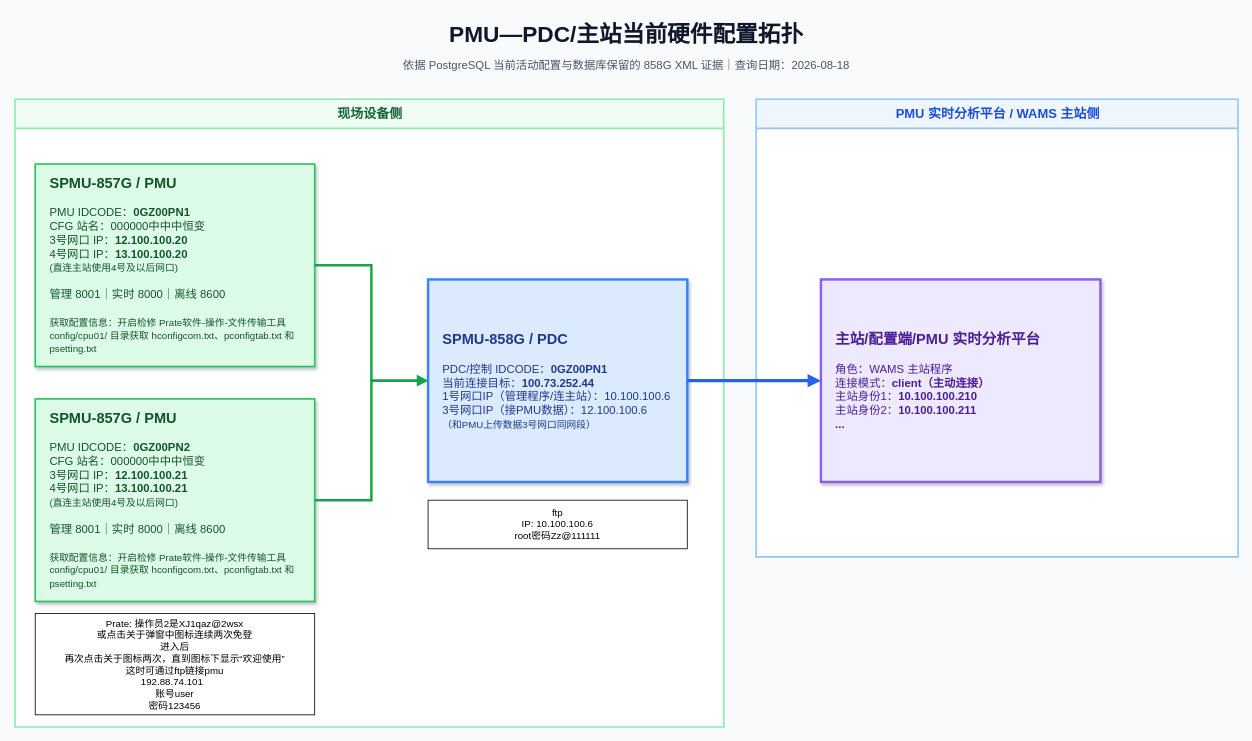
Earlier version of the draw.io diagram page "01 当前生效拓扑" (1 of 2) of 未命名绘图.drawio (Deain/adsho). Source tidied: cells renumbered, new cells numbered last; positions are measured from the earlier drawing's top-left corner, leaving out a move shared by most shapes. Both pictures are drawn from the tidied source at 81%, with x=0, y=0 at pixel (15, 14).
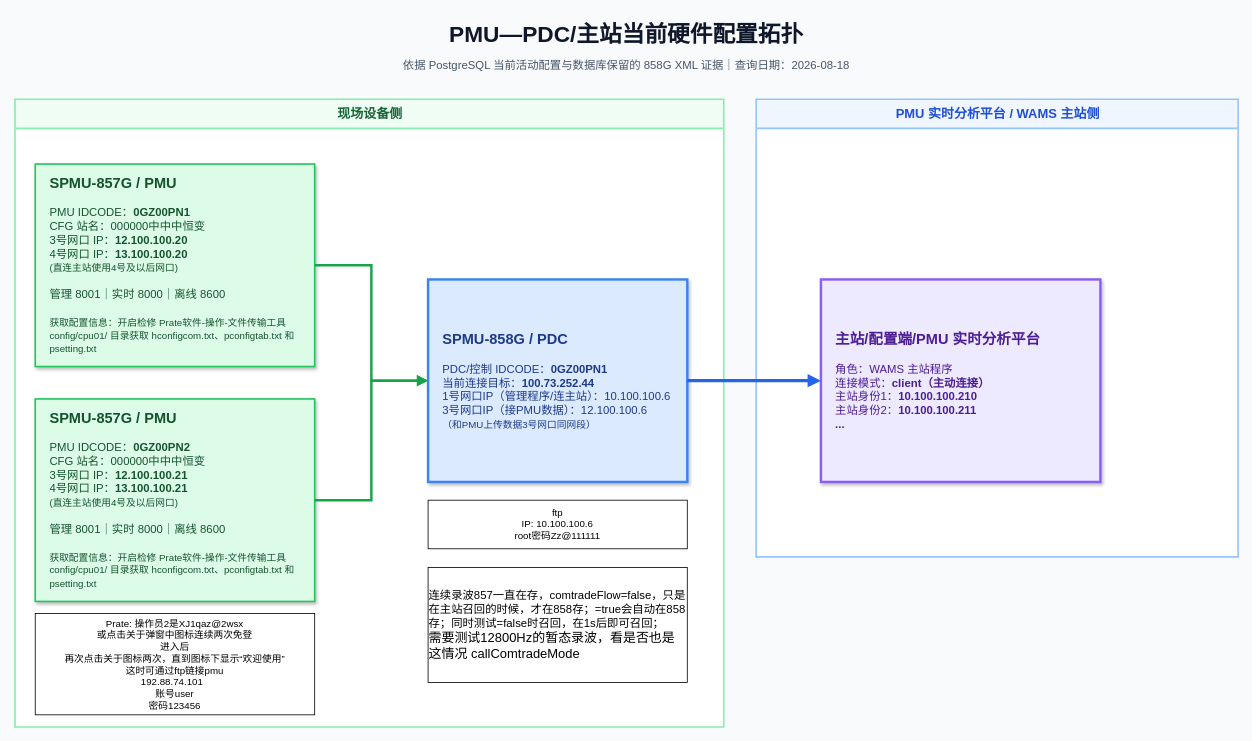
After the change.

Commit message:
更新未命名绘图.drawio

Diff of the diagram source:
```diff
@@
 <mxGraphModel background="#f8fafc">
   <root>
     <mxCell id="0" />
     <mxCell id="1" parent="0" />
     <mxCell id="2" value="PMU—PDC/主站当前硬件配置拓扑" style="text;html=1;align=center;verticalAlign=middle;whiteSpace=wrap;fontSize=28;fontStyle=1;fontColor=#0f172a;" parent="1" vertex="1">
       <mxGeometry x="205" width="1100" height="50" as="geometry" />
     </mxCell>
     <mxCell id="3" value="依据 PostgreSQL 当前活动配置与数据库保留的 858G XML 证据｜查询日期：2026-08-18" style="text;html=1;align=center;verticalAlign=middle;whiteSpace=wrap;fontSize=14;fontColor=#475569;" parent="1" vertex="1">
       <mxGeometry x="255" y="48" width="1000" height="30" as="geometry" />
     </mxCell>
     <mxCell id="4" value="现场设备侧" style="swimlane;html=1;rounded=1;startSize=36;fillColor=#f0fdf4;swimlaneFillColor=#ffffff;strokeColor=#86efac;strokeWidth=2;fontSize=16;fontStyle=1;fontColor=#166534;horizontal=1;arcSize=0;" parent="1" vertex="1">
       <mxGeometry y="105" width="875" height="775" as="geometry" />
     </mxCell>
     <mxCell id="5" value="&lt;b style=&quot;font-size:18px&quot;&gt;SPMU-857G / PMU&lt;/b&gt;&lt;br&gt;&lt;br&gt;PMU IDCODE：&lt;b&gt;0GZ00PN2&lt;/b&gt;&lt;br&gt;CFG 站名：000000中中中恒变&lt;br&gt;3号网口 IP：&lt;b&gt;12.100.100.21&lt;/b&gt;&lt;br&gt;4号网口 IP：&lt;b&gt;13.100.100.21&lt;/b&gt;&lt;div&gt;&lt;font style=&quot;font-size: 12px;&quot;&gt;(直连主站使用4号及以后网口)&lt;/font&gt;&lt;/div&gt;&lt;div&gt;&lt;br&gt;&lt;/div&gt;&lt;div&gt;&lt;div&gt;管理 8001｜实时 8000｜离线 8600&lt;/div&gt;&lt;/div&gt;&lt;div&gt;&lt;br&gt;&lt;/div&gt;&lt;div&gt;&lt;font style=&quot;font-size: 12px;&quot;&gt;获取配置信息：开启检修 Prate软件-操作-文件传输工具&lt;/font&gt;&lt;/div&gt;&lt;div&gt;&lt;font style=&quot;&quot;&gt;&lt;span style=&quot;font-size: 12px;&quot;&gt;config/cpu01/ 目录获取 hconfigcom.txt、pconfigtab.txt 和 psetting.txt&lt;/span&gt;&lt;/font&gt;&lt;/div&gt;" style="rounded=1;whiteSpace=wrap;html=1;align=left;spacing=18;fillColor=#dcfce7;strokeColor=#22c55e;strokeWidth=2;fontSize=14;fontColor=#14532d;shadow=1;arcSize=0;" parent="4" vertex="1">
       <mxGeometry x="25" y="370" width="345" height="250" as="geometry" />
     </mxCell>
     <mxCell id="6" value="&lt;b style=&quot;font-size:18px&quot;&gt;SPMU-858G / PDC&lt;/b&gt;&lt;br&gt;&lt;br&gt;PDC/控制 IDCODE：&lt;b&gt;0GZ00PN1&lt;/b&gt;&lt;br&gt;当前连接目标：&lt;b&gt;100.73.252.44&lt;/b&gt;&lt;br&gt;1号网口IP（管理程序/连主站）：10.100.100.6&lt;div&gt;3号网口IP（接PMU数据）：12.100.100.6&lt;/div&gt;&lt;div&gt;&lt;font style=&quot;font-size: 12px;&quot;&gt;（和PMU上传数据3号网口同网段）&lt;/font&gt;&lt;/div&gt;" style="rounded=1;whiteSpace=wrap;html=1;align=left;spacing=18;fillColor=#dbeafe;strokeColor=#3b82f6;strokeWidth=3;fontSize=14;fontColor=#1e3a8a;shadow=1;arcSize=0;" parent="4" vertex="1">
       <mxGeometry x="510" y="222.5" width="320" height="250" as="geometry" />
     </mxCell>
     <mxCell id="7" style="edgeStyle=orthogonalEdgeStyle;rounded=0;html=1;startArrow=none;startFill=0;endArrow=block;endFill=1;strokeWidth=3;strokeColor=#16a34a;fontSize=13;fontStyle=1;labelBackgroundColor=#ffffff;exitX=1;exitY=0.5;entryX=0;entryY=0.5;exitDx=0;exitDy=0;entryDx=0;entryDy=0;" parent="4" edge="1" source="5" target="6">
       <mxGeometry relative="1" as="geometry" />
     </mxCell>
     <mxCell id="8" value="ftp&lt;div&gt;IP:&amp;nbsp;10.100.100.6&lt;/div&gt;&lt;div&gt;root密码Zz@111111&lt;/div&gt;" style="rounded=0;whiteSpace=wrap;html=1;" parent="4" vertex="1">
       <mxGeometry x="510" y="495" width="320" height="60" as="geometry" />
     </mxCell>
     <mxCell id="9" value="Prate: 操作员2是XJ1qaz@2wsx &lt;br&gt;或点击关于弹窗中图标连续两次免登&lt;br&gt;进入后&lt;br&gt;再次点击关于图标两次，直到图标下显示“欢迎使用”&lt;br&gt;这时可通过ftp链接pmu&lt;div&gt;192.88.74.101&amp;nbsp;&amp;nbsp;&lt;br&gt;&lt;div&gt;账号user&lt;/div&gt;&lt;div&gt;密码123456&lt;/div&gt;&lt;/div&gt;" style="rounded=0;whiteSpace=wrap;html=1;" parent="4" vertex="1">
       <mxGeometry x="25" y="635" width="345" height="125" as="geometry" />
     </mxCell>
+    <mxCell id="15" value="&lt;div style=&quot;text-align: start;&quot;&gt;&lt;div&gt;&lt;font style=&quot;font-size: 14px;&quot;&gt;连续录波857一直在存，comtradeFlow=false，只是在主站召回的时候，才在858存；=true会自动在858存；同时测试=false时召回，在1s后即可召回；&lt;/font&gt;&lt;/div&gt;&lt;div&gt;&lt;font size=&quot;3&quot;&gt;需要测试12800Hz的暂态录波，看是否也是这情况 callComtradeMode&lt;/font&gt;&lt;/div&gt;&lt;/div&gt;" style="rounded=0;whiteSpace=wrap;html=1;" parent="4" vertex="1">
+      <mxGeometry x="510" y="578" width="320" height="142" as="geometry" />
+    </mxCell>
     <mxCell id="10" value="PMU 实时分析平台 / WAMS 主站侧" style="swimlane;html=1;rounded=1;startSize=36;fillColor=#eff6ff;swimlaneFillColor=#ffffff;strokeColor=#93c5fd;strokeWidth=2;fontSize=16;fontStyle=1;fontColor=#1d4ed8;horizontal=1;arcSize=0;" parent="1" vertex="1">
       <mxGeometry x="915" y="105" width="595" height="565" as="geometry" />
     </mxCell>
     <mxCell id="11" value="&lt;b style=&quot;font-size:18px&quot;&gt;主站/配置端/PMU 实时分析平台&lt;/b&gt;&lt;br&gt;&lt;br&gt;角色：WAMS 主站程序&lt;br&gt;连接模式：&lt;b&gt;client（主动连接）&lt;/b&gt;&lt;br&gt;主站身份1：&lt;b&gt;10.100.100.210&lt;/b&gt;&lt;br&gt;主站身份2：&lt;b&gt;10.100.100.211&lt;/b&gt;&lt;div&gt;&lt;b&gt;...&lt;/b&gt;&lt;/div&gt;" style="rounded=1;whiteSpace=wrap;html=1;align=left;spacing=18;fillColor=#ede9fe;strokeColor=#8b5cf6;strokeWidth=3;fontSize=14;fontColor=#4c1d95;shadow=1;arcSize=0;" parent="10" vertex="1">
       <mxGeometry x="80" y="222.5" width="345" height="250" as="geometry" />
     </mxCell>
     <mxCell id="12" value="&lt;b style=&quot;font-size:18px&quot;&gt;SPMU-857G / PMU&lt;/b&gt;&lt;br&gt;&lt;br&gt;PMU IDCODE：&lt;b&gt;0GZ00PN1&lt;/b&gt;&lt;br&gt;CFG 站名：000000中中中恒变&lt;br&gt;3号网口 IP：&lt;b&gt;12.100.100.20&lt;/b&gt;&lt;br&gt;4号网口 IP：&lt;b&gt;13.100.100.20&lt;/b&gt;&lt;div&gt;&lt;font style=&quot;font-size: 12px;&quot;&gt;(直连主站使用4号及以后网口)&lt;/font&gt;&lt;/div&gt;&lt;div&gt;&lt;br&gt;&lt;/div&gt;&lt;div&gt;&lt;div&gt;管理 8001｜实时 8000｜离线 8600&lt;/div&gt;&lt;/div&gt;&lt;div&gt;&lt;br&gt;&lt;/div&gt;&lt;div&gt;&lt;font style=&quot;font-size: 12px;&quot;&gt;获取配置信息：开启检修 Prate软件-操作-文件传输工具&lt;/font&gt;&lt;/div&gt;&lt;div&gt;&lt;font style=&quot;&quot;&gt;&lt;span style=&quot;font-size: 12px;&quot;&gt;config/cpu01/ 目录获取 hconfigcom.txt、pconfigtab.txt 和 psetting.txt&lt;/span&gt;&lt;/font&gt;&lt;/div&gt;" style="rounded=1;whiteSpace=wrap;html=1;align=left;spacing=18;fillColor=#dcfce7;strokeColor=#22c55e;strokeWidth=2;fontSize=14;fontColor=#14532d;shadow=1;arcSize=0;" parent="1" vertex="1">
       <mxGeometry x="25" y="185" width="345" height="250" as="geometry" />
     </mxCell>
     <mxCell id="13" style="edgeStyle=orthogonalEdgeStyle;rounded=0;html=1;startArrow=none;startFill=0;endArrow=block;endFill=1;strokeWidth=3;strokeColor=#16a34a;fontSize=13;fontStyle=1;labelBackgroundColor=#ffffff;exitX=1;exitY=0.5;entryX=0;entryY=0.5;" parent="1" edge="1" source="12" target="6">
       <mxGeometry relative="1" as="geometry" />
     </mxCell>
     <mxCell id="14" style="edgeStyle=orthogonalEdgeStyle;rounded=0;html=1;startArrow=block;startFill=1;endArrow=none;endFill=0;strokeWidth=4;strokeColor=#2563eb;fontSize=13;fontStyle=1;labelBackgroundColor=#ffffff;exitX=0;exitY=0.5;entryX=1;entryY=0.5;" parent="1" edge="1" source="11" target="6">
       <mxGeometry relative="1" as="geometry" />
     </mxCell>
   </root>
 </mxGraphModel>
```
